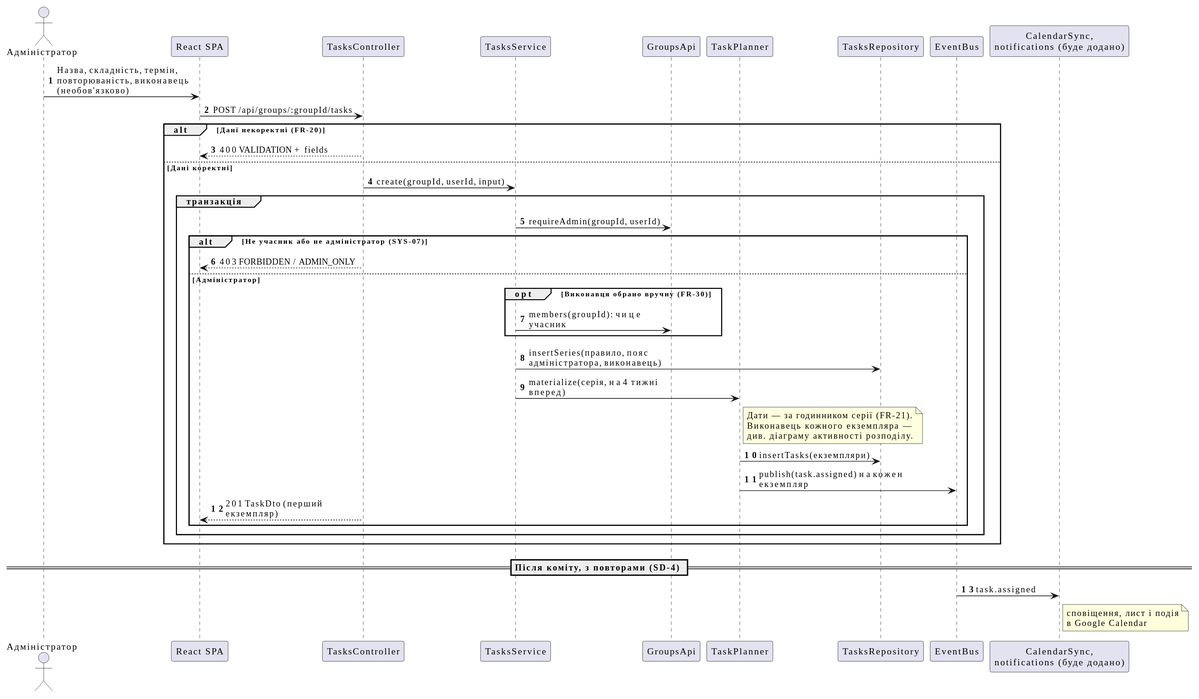
mzabrodin/Errandly keeps this PlantUML diagram as docs/diagrams/sequence/svg/sd-1-create-task.svg. Above is the earlier version.
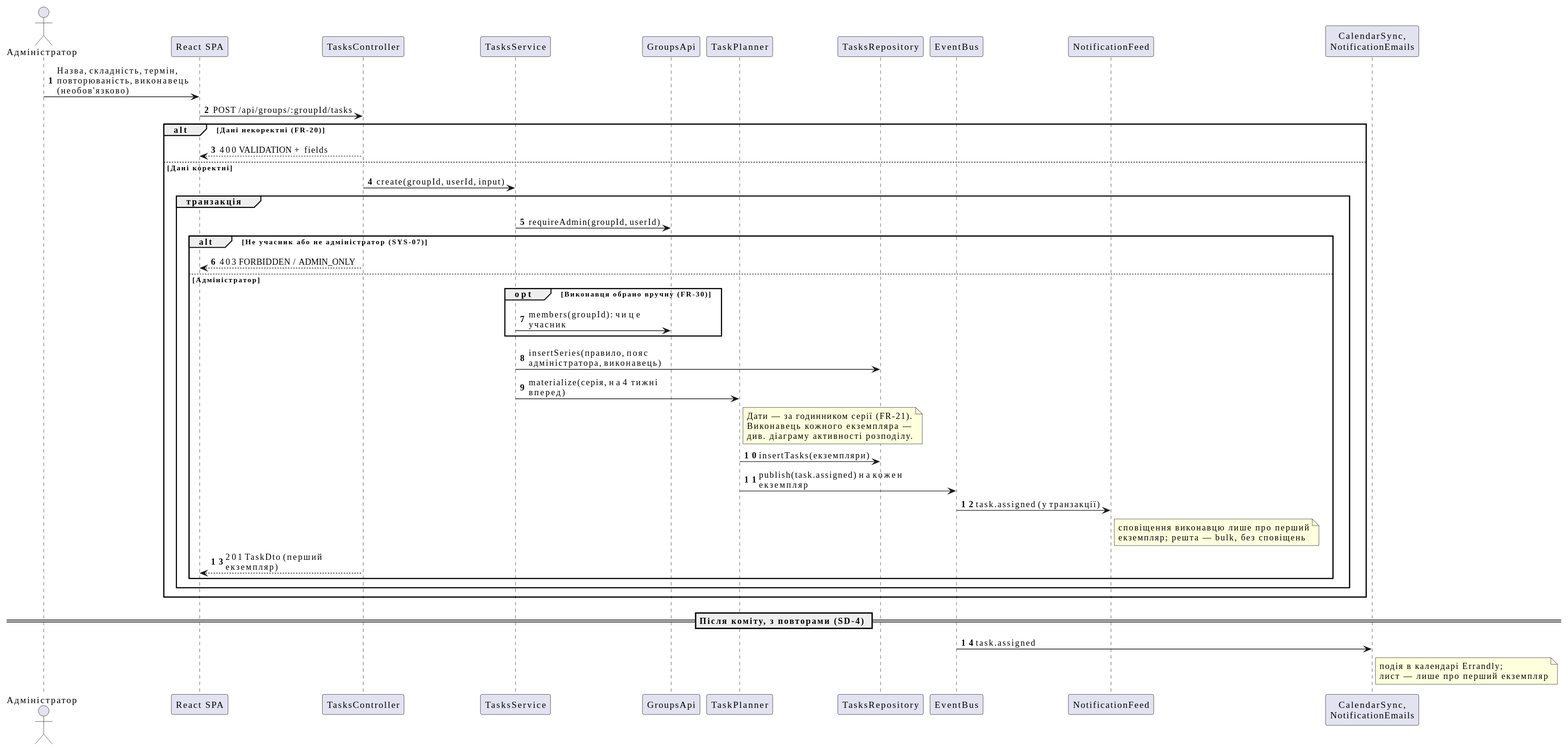
Later version of the same file.

Diff of the diagram source:
```diff
@@ -13,7 +13,8 @@
 participant "TaskPlanner" as Planner
 participant "TasksRepository" as Repo
 participant "EventBus" as Bus
-participant "CalendarSync,\nnotifications (буде додано)" as Listeners
+participant "NotificationFeed" as Feed
+participant "CalendarSync,\nNotificationEmails" as Listeners
 
 Admin -> SPA : Назва, складність, термін,\nповторюваність, виконавець (необов'язково)
 SPA -> Ctrl : POST /api/groups/:groupId/tasks
@@ -38,6 +39,8 @@
       end note
       Planner -> Repo : insertTasks(екземпляри)
       Planner -> Bus : publish(task.assigned) на кожен екземпляр
+      Bus -> Feed : task.assigned (у транзакції)
+      note right of Feed : сповіщення виконавцю лише про перший\nекземпляр; решта — bulk, без сповіщень
       Ctrl --> SPA : 201 TaskDto (перший екземпляр)
     end
   end
@@ -45,5 +48,5 @@
 
 == Після коміту, з повторами (SD-4) ==
 Bus -> Listeners : task.assigned
-note right of Listeners : сповіщення, лист і подія\nв Google Calendar
+note right of Listeners : подія в календарі Errandly;\nлист — лише про перший екземпляр
 @enduml
```
